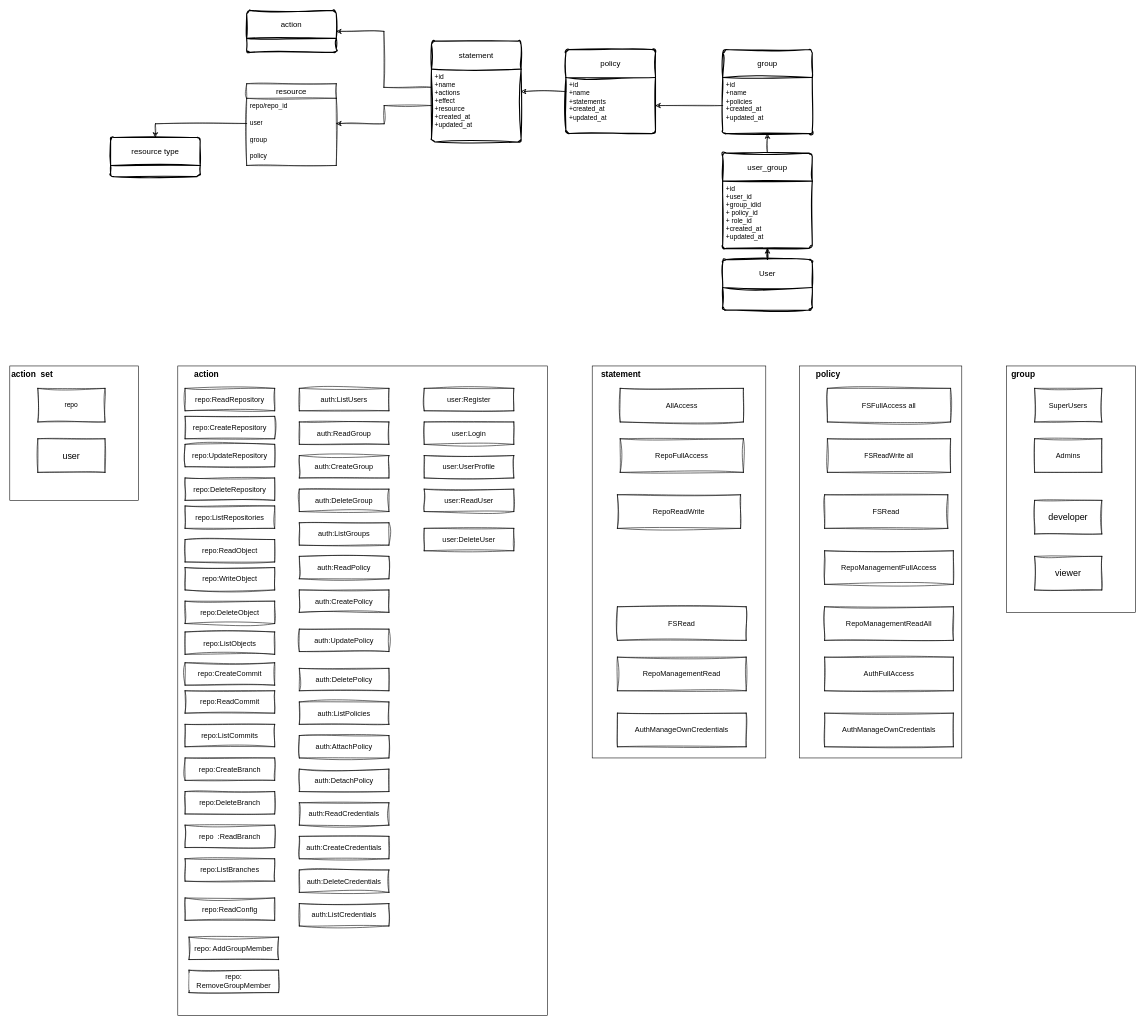
Above: docs/draws/rbac_role.drawio in GitDataAI/jzfs (draw.io), before the change. Source tidied: cells renumbered, new cells numbered last; positions are measured from the earlier drawing's top-left corner, leaving out a move shared by most shapes. Both pictures are drawn from the tidied source at 56%, with x=0, y=0 at pixel (10, 10).
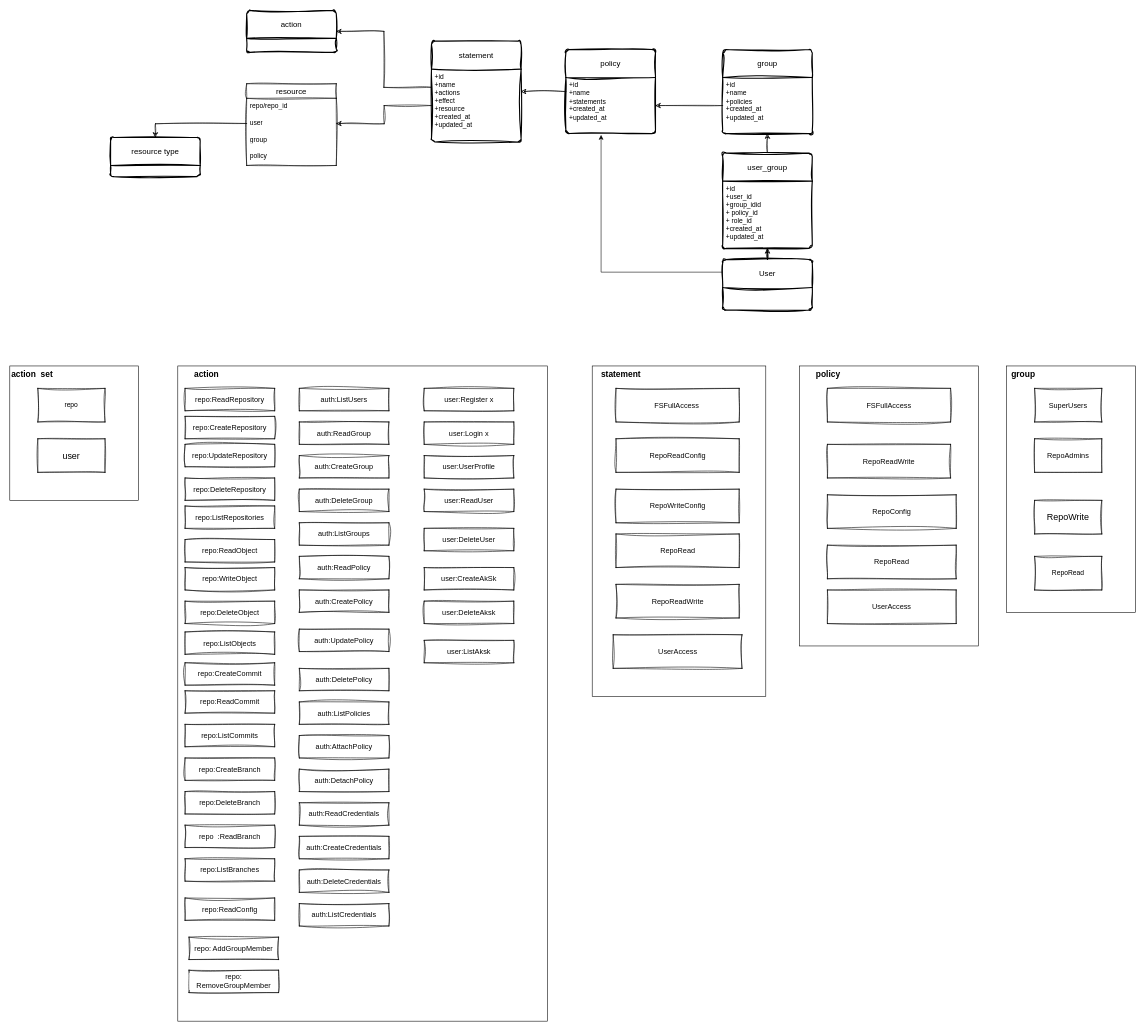
The same diagram, later.

Unchanged cells that the change refers to:
```xml
<mxCell id="71" value="+id&lt;br&gt;+name&lt;br&gt;+statements&lt;br&gt;+created_at&lt;br style=&quot;border-color: var(--border-color);&quot;&gt;+updated_at" style="align=left;strokeColor=none;fillColor=none;spacingLeft=4;fontSize=12;verticalAlign=top;html=1;sketch=1;hachureGap=4;jiggle=2;curveFitting=1;" parent="70" vertex="1">
  <mxGeometry y="50" width="160" height="100" as="geometry" />
</mxCell>
<mxCell id="84" value="User" style="swimlane;horizontal=1;startSize=50;rounded=1;fontSize=14;fontStyle=0;strokeWidth=2;shadow=0;dashed=0;align=center;arcSize=4;whiteSpace=wrap;html=1;sketch=1;hachureGap=4;jiggle=2;curveFitting=1;" parent="1" vertex="1">
  <mxGeometry x="1273" y="445" width="160" height="90" as="geometry" />
</mxCell>
```

Diff of the diagram source:
```diff
@@
-    <mxCell id="4" value="&lt;div style=&quot;background-color:#ffffff;color:#080808&quot;&gt;&lt;div style=&quot;font-size: 9.8pt;&quot;&gt;Admins&lt;/div&gt;&lt;/div&gt;" style="rounded=0;whiteSpace=wrap;html=1;sketch=1;hachureGap=4;jiggle=2;curveFitting=1;fontFamily=Helvetica;" parent="1" vertex="1">
+    <mxCell id="4" value="&lt;div style=&quot;background-color:#ffffff;color:#080808&quot;&gt;&lt;div style=&quot;font-size: 9.8pt;&quot;&gt;RepoAdmins&lt;/div&gt;&lt;/div&gt;" style="rounded=0;whiteSpace=wrap;html=1;sketch=1;hachureGap=4;jiggle=2;curveFitting=1;fontFamily=Helvetica;" parent="1" vertex="1">
       <mxGeometry x="1830" y="765" width="120" height="60" as="geometry" />
     </mxCell>
-    <mxCell id="5" value="&lt;font style=&quot;font-size: 16px;&quot;&gt;developer&lt;/font&gt;" style="rounded=0;whiteSpace=wrap;html=1;sketch=1;hachureGap=4;jiggle=2;curveFitting=1;fontFamily=Helvetica;" parent="1" vertex="1">
+    <mxCell id="5" value="&lt;font style=&quot;font-size: 16px;&quot;&gt;RepoWrite&lt;/font&gt;" style="rounded=0;whiteSpace=wrap;html=1;sketch=1;hachureGap=4;jiggle=2;curveFitting=1;fontFamily=Helvetica;" parent="1" vertex="1">
       <mxGeometry x="1830" y="875" width="120" height="60" as="geometry" />
     </mxCell>
-    <mxCell id="6" value="&lt;font style=&quot;font-size: 16px;&quot;&gt;viewer&lt;/font&gt;" style="rounded=0;whiteSpace=wrap;html=1;sketch=1;hachureGap=4;jiggle=2;curveFitting=1;fontFamily=Helvetica;" parent="1" vertex="1">
+    <mxCell id="6" value="RepoRead" style="rounded=0;whiteSpace=wrap;html=1;sketch=1;hachureGap=4;jiggle=2;curveFitting=1;fontFamily=Helvetica;" parent="1" vertex="1">
       <mxGeometry x="1830" y="975" width="120" height="60" as="geometry" />
     </mxCell>
@@
     <mxCell id="8" style="rounded=0;whiteSpace=wrap;html=1;hachureGap=4;fontFamily=Helvetica;" parent="1" vertex="1">
-      <mxGeometry x="1410" y="635" width="290" height="700" as="geometry" />
+      <mxGeometry x="1410" y="635" width="320" height="500" as="geometry" />
     </mxCell>
-    <mxCell id="9" value="&lt;div style=&quot;background-color:#ffffff;color:#080808&quot;&gt;&lt;div style=&quot;font-size: 9.8pt;&quot;&gt;&lt;font&gt;FSFullAccess all&lt;/font&gt;&lt;/div&gt;&lt;/div&gt;" style="rounded=0;whiteSpace=wrap;html=1;sketch=1;hachureGap=4;jiggle=2;curveFitting=1;fontFamily=Helvetica;" parent="1" vertex="1">
+    <mxCell id="9" value="&lt;div style=&quot;background-color:#ffffff;color:#080808&quot;&gt;&lt;div style=&quot;font-size: 9.8pt;&quot;&gt;&lt;font&gt;FSFullAccess&lt;/font&gt;&lt;/div&gt;&lt;/div&gt;" style="rounded=0;whiteSpace=wrap;html=1;sketch=1;hachureGap=4;jiggle=2;curveFitting=1;fontFamily=Helvetica;" parent="1" vertex="1">
       <mxGeometry x="1460" y="675" width="220" height="60" as="geometry" />
     </mxCell>
-    <mxCell id="10" value="FSReadWrite all" style="rounded=0;whiteSpace=wrap;html=1;sketch=1;hachureGap=4;jiggle=2;curveFitting=1;fontFamily=Helvetica;" parent="1" vertex="1">
-      <mxGeometry x="1460" y="765" width="220" height="60" as="geometry" />
-    </mxCell>
-    <mxCell id="11" value="&lt;div style=&quot;background-color:#ffffff;color:#080808&quot;&gt;&lt;div style=&quot;font-size: 9.8pt;&quot;&gt;FSRead&lt;/div&gt;&lt;/div&gt;" style="rounded=0;whiteSpace=wrap;html=1;sketch=1;hachureGap=4;jiggle=2;curveFitting=1;fontFamily=Helvetica;" parent="1" vertex="1">
-      <mxGeometry x="1455" y="865" width="220" height="60" as="geometry" />
+    <mxCell id="11" value="&lt;div style=&quot;background-color:#ffffff;color:#080808&quot;&gt;&lt;div style=&quot;font-size: 9.8pt;&quot;&gt;RepoReadWrite&lt;br&gt;&lt;/div&gt;&lt;/div&gt;" style="rounded=0;whiteSpace=wrap;html=1;sketch=1;hachureGap=4;jiggle=2;curveFitting=1;fontFamily=Helvetica;" parent="1" vertex="1">
+      <mxGeometry x="1460" y="775" width="220" height="60" as="geometry" />
     </mxCell>
-    <mxCell id="12" value="&lt;div style=&quot;background-color:#ffffff;color:#080808&quot;&gt;&lt;div style=&quot;font-size: 9.8pt;&quot;&gt;RepoManagementFullAccess&lt;/div&gt;&lt;/div&gt;" style="rounded=0;whiteSpace=wrap;html=1;sketch=1;hachureGap=4;jiggle=2;curveFitting=1;fontFamily=Helvetica;" parent="1" vertex="1">
-      <mxGeometry x="1455" y="965" width="230" height="60" as="geometry" />
+    <mxCell id="12" value="&lt;div style=&quot;background-color:#ffffff;color:#080808&quot;&gt;&lt;div style=&quot;font-size: 9.8pt;&quot;&gt;RepoConfig&lt;br&gt;&lt;/div&gt;&lt;/div&gt;" style="rounded=0;whiteSpace=wrap;html=1;sketch=1;hachureGap=4;jiggle=2;curveFitting=1;fontFamily=Helvetica;" parent="1" vertex="1">
+      <mxGeometry x="1460" y="865" width="230" height="60" as="geometry" />
     </mxCell>
@@
     <mxCell id="14" style="rounded=0;whiteSpace=wrap;html=1;hachureGap=4;fontFamily=Helvetica;" parent="1" vertex="1">
-      <mxGeometry x="300" y="635" width="660" height="1160" as="geometry" />
+      <mxGeometry x="300" y="635" width="660" height="1170" as="geometry" />
     </mxCell>
@@
-    <mxCell id="32" value="&lt;div style=&quot;background-color:#ffffff;color:#080808&quot;&gt;&lt;div style=&quot;font-size: 9.8pt;&quot;&gt;&lt;div style=&quot;font-size: 9.8pt;&quot;&gt;&lt;div&gt;&lt;div style=&quot;font-size: 9.8pt;&quot;&gt;user:Login&lt;/div&gt;&lt;/div&gt;&lt;/div&gt;&lt;/div&gt;&lt;/div&gt;" style="rounded=0;whiteSpace=wrap;html=1;sketch=1;hachureGap=4;jiggle=2;curveFitting=1;fontFamily=Helvetica;" parent="1" vertex="1">
+    <mxCell id="32" value="&lt;div style=&quot;background-color:#ffffff;color:#080808&quot;&gt;&lt;div style=&quot;font-size: 9.8pt;&quot;&gt;&lt;div style=&quot;font-size: 9.8pt;&quot;&gt;&lt;div&gt;&lt;div style=&quot;font-size: 9.8pt;&quot;&gt;user:Login x&lt;/div&gt;&lt;/div&gt;&lt;/div&gt;&lt;/div&gt;&lt;/div&gt;" style="rounded=0;whiteSpace=wrap;html=1;sketch=1;hachureGap=4;jiggle=2;curveFitting=1;fontFamily=Helvetica;" parent="1" vertex="1">
       <mxGeometry x="740" y="735" width="160" height="40" as="geometry" />
     </mxCell>
@@
-    <mxCell id="54" value="&lt;div style=&quot;background-color:#ffffff;color:#080808&quot;&gt;&lt;div style=&quot;font-size: 9.8pt;&quot;&gt;&lt;div&gt;&lt;div style=&quot;font-size: 9.8pt;&quot;&gt;RepoManagementReadAll&lt;/div&gt;&lt;/div&gt;&lt;/div&gt;&lt;/div&gt;" style="rounded=0;whiteSpace=wrap;html=1;sketch=1;hachureGap=4;jiggle=2;curveFitting=1;fontFamily=Helvetica;" parent="1" vertex="1">
-      <mxGeometry x="1455" y="1065" width="230" height="60" as="geometry" />
+    <mxCell id="54" value="&lt;div style=&quot;background-color:#ffffff;color:#080808&quot;&gt;&lt;div style=&quot;font-size: 9.8pt;&quot;&gt;&lt;div style=&quot;font-size: 9.8pt;&quot;&gt;RepoRead&lt;br&gt;&lt;/div&gt;&lt;/div&gt;&lt;/div&gt;" style="rounded=0;whiteSpace=wrap;html=1;sketch=1;hachureGap=4;jiggle=2;curveFitting=1;fontFamily=Helvetica;" parent="1" vertex="1">
+      <mxGeometry x="1460" y="955" width="230" height="60" as="geometry" />
     </mxCell>
-    <mxCell id="55" value="&lt;div style=&quot;background-color:#ffffff;color:#080808&quot;&gt;&lt;div style=&quot;font-size: 9.8pt;&quot;&gt;&lt;div&gt;&lt;div style=&quot;font-size: 9.8pt;&quot;&gt;AuthFullAccess&lt;/div&gt;&lt;/div&gt;&lt;/div&gt;&lt;/div&gt;" style="rounded=0;whiteSpace=wrap;html=1;sketch=1;hachureGap=4;jiggle=2;curveFitting=1;fontFamily=Helvetica;" parent="1" vertex="1">
-      <mxGeometry x="1455" y="1155" width="230" height="60" as="geometry" />
+    <mxCell id="55" value="&lt;div style=&quot;background-color:#ffffff;color:#080808&quot;&gt;&lt;div style=&quot;font-size: 9.8pt;&quot;&gt;&lt;div style=&quot;font-size: 9.8pt;&quot;&gt;UserAccess&lt;br&gt;&lt;/div&gt;&lt;/div&gt;&lt;/div&gt;" style="rounded=0;whiteSpace=wrap;html=1;sketch=1;hachureGap=4;jiggle=2;curveFitting=1;fontFamily=Helvetica;" parent="1" vertex="1">
+      <mxGeometry x="1460" y="1035" width="230" height="60" as="geometry" />
     </mxCell>
-    <mxCell id="56" value="&lt;div style=&quot;background-color:#ffffff;color:#080808&quot;&gt;&lt;div style=&quot;font-size: 9.8pt;&quot;&gt;&lt;div&gt;&lt;div style=&quot;font-size: 9.8pt;&quot;&gt;AuthManageOwnCredentials&lt;/div&gt;&lt;/div&gt;&lt;/div&gt;&lt;/div&gt;" style="rounded=0;whiteSpace=wrap;html=1;sketch=1;hachureGap=4;jiggle=2;curveFitting=1;fontFamily=Helvetica;" parent="1" vertex="1">
-      <mxGeometry x="1455" y="1255" width="230" height="60" as="geometry" />
-    </mxCell>
     <mxCell id="57" style="rounded=0;whiteSpace=wrap;html=1;hachureGap=4;fontFamily=Helvetica;" parent="1" vertex="1">
-      <mxGeometry x="1040" y="635" width="310" height="700" as="geometry" />
+      <mxGeometry x="1040" y="635" width="310" height="590" as="geometry" />
     </mxCell>
-    <mxCell id="58" value="&lt;div style=&quot;background-color:#ffffff;color:#080808&quot;&gt;&lt;div style=&quot;font-size: 9.8pt;&quot;&gt;&lt;div&gt;&lt;div style=&quot;font-size: 9.8pt;&quot;&gt;AllAccess&lt;/div&gt;&lt;/div&gt;&lt;/div&gt;&lt;/div&gt;" style="rounded=0;whiteSpace=wrap;html=1;sketch=1;hachureGap=4;jiggle=2;curveFitting=1;fontFamily=Helvetica;" parent="1" vertex="1">
-      <mxGeometry x="1090" y="675" width="220" height="60" as="geometry" />
+    <mxCell id="58" value="&lt;div style=&quot;background-color:#ffffff;color:#080808&quot;&gt;&lt;div style=&quot;font-size: 9.8pt;&quot;&gt;&lt;div style=&quot;font-size: 9.8pt;&quot;&gt;FSFullAccess&amp;nbsp;&lt;br&gt;&lt;/div&gt;&lt;/div&gt;&lt;/div&gt;" style="rounded=0;whiteSpace=wrap;html=1;sketch=1;hachureGap=4;jiggle=2;curveFitting=1;fontFamily=Helvetica;" parent="1" vertex="1">
+      <mxGeometry x="1082.5" y="675" width="220" height="60" as="geometry" />
     </mxCell>
-    <mxCell id="59" value="&lt;div style=&quot;background-color:#ffffff;color:#080808&quot;&gt;&lt;div style=&quot;font-size: 9.8pt;&quot;&gt;RepoFullAccess&lt;/div&gt;&lt;/div&gt;" style="rounded=0;whiteSpace=wrap;html=1;sketch=1;hachureGap=4;jiggle=2;curveFitting=1;fontFamily=Helvetica;" parent="1" vertex="1">
-      <mxGeometry x="1090" y="765" width="220" height="60" as="geometry" />
-    </mxCell>
     <mxCell id="60" value="&lt;div style=&quot;background-color:#ffffff;color:#080808&quot;&gt;&lt;div style=&quot;font-size: 9.8pt;&quot;&gt;&lt;div&gt;&lt;div style=&quot;font-size: 9.8pt;&quot;&gt;RepoReadWrite&lt;/div&gt;&lt;/div&gt;&lt;/div&gt;&lt;/div&gt;" style="rounded=0;whiteSpace=wrap;html=1;sketch=1;hachureGap=4;jiggle=2;curveFitting=1;fontFamily=Helvetica;" parent="1" vertex="1">
-      <mxGeometry x="1085" y="865" width="220" height="60" as="geometry" />
+      <mxGeometry x="1082.5" y="1025" width="220" height="60" as="geometry" />
     </mxCell>
@@
-    <mxCell id="62" value="&lt;div style=&quot;background-color:#ffffff;color:#080808&quot;&gt;&lt;div style=&quot;font-size: 9.8pt;&quot;&gt;&lt;div style=&quot;font-size: 9.8pt;&quot;&gt;&lt;div&gt;&lt;div style=&quot;font-size: 9.8pt;&quot;&gt;FSRead&lt;/div&gt;&lt;/div&gt;&lt;/div&gt;&lt;/div&gt;&lt;/div&gt;" style="rounded=0;whiteSpace=wrap;html=1;sketch=1;hachureGap=4;jiggle=2;curveFitting=1;fontFamily=Helvetica;" parent="1" vertex="1">
-      <mxGeometry x="1085" y="1065" width="230" height="60" as="geometry" />
-    </mxCell>
-    <mxCell id="63" value="&lt;div style=&quot;background-color:#ffffff;color:#080808&quot;&gt;&lt;div style=&quot;font-size: 9.8pt;&quot;&gt;&lt;div style=&quot;font-size: 9.8pt;&quot;&gt;&lt;div&gt;&lt;div style=&quot;font-size: 9.8pt;&quot;&gt;RepoManagementRead&lt;/div&gt;&lt;/div&gt;&lt;/div&gt;&lt;/div&gt;&lt;/div&gt;" style="rounded=0;whiteSpace=wrap;html=1;sketch=1;hachureGap=4;jiggle=2;curveFitting=1;fontFamily=Helvetica;" parent="1" vertex="1">
-      <mxGeometry x="1085" y="1155" width="230" height="60" as="geometry" />
-    </mxCell>
-    <mxCell id="64" value="&lt;div style=&quot;background-color:#ffffff;color:#080808&quot;&gt;&lt;div style=&quot;font-size: 9.8pt;&quot;&gt;&lt;div style=&quot;font-size: 9.8pt;&quot;&gt;&lt;div&gt;&lt;div style=&quot;font-size: 9.8pt;&quot;&gt;AuthManageOwnCredentials&lt;/div&gt;&lt;/div&gt;&lt;/div&gt;&lt;/div&gt;&lt;/div&gt;" style="rounded=0;whiteSpace=wrap;html=1;sketch=1;hachureGap=4;jiggle=2;curveFitting=1;fontFamily=Helvetica;" parent="1" vertex="1">
-      <mxGeometry x="1085" y="1255" width="230" height="60" as="geometry" />
-    </mxCell>
@@
-    <mxCell id="91" value="&lt;div style=&quot;background-color:#ffffff;color:#080808&quot;&gt;&lt;div style=&quot;font-size: 9.8pt;&quot;&gt;&lt;div style=&quot;font-size: 9.8pt;&quot;&gt;&lt;div&gt;&lt;div style=&quot;font-size: 9.8pt;&quot;&gt;user:Register&lt;/div&gt;&lt;/div&gt;&lt;/div&gt;&lt;/div&gt;&lt;/div&gt;" style="rounded=0;whiteSpace=wrap;html=1;sketch=1;hachureGap=4;jiggle=2;curveFitting=1;fontFamily=Helvetica;" parent="1" vertex="1">
+    <mxCell id="91" value="&lt;div style=&quot;background-color:#ffffff;color:#080808&quot;&gt;&lt;div style=&quot;font-size: 9.8pt;&quot;&gt;&lt;div style=&quot;font-size: 9.8pt;&quot;&gt;&lt;div&gt;&lt;div style=&quot;font-size: 9.8pt;&quot;&gt;user:Register x&lt;/div&gt;&lt;/div&gt;&lt;/div&gt;&lt;/div&gt;&lt;/div&gt;" style="rounded=0;whiteSpace=wrap;html=1;sketch=1;hachureGap=4;jiggle=2;curveFitting=1;fontFamily=Helvetica;" parent="1" vertex="1">
       <mxGeometry x="740" y="675" width="160" height="40" as="geometry" />
     </mxCell>
@@
+    <mxCell id="94" value="&lt;div style=&quot;background-color:#ffffff;color:#080808&quot;&gt;&lt;div style=&quot;font-size: 9.8pt;&quot;&gt;&lt;div style=&quot;font-size: 9.8pt;&quot;&gt;&lt;div style=&quot;font-size: 9.8pt;&quot;&gt;UserAccess&lt;/div&gt;&lt;/div&gt;&lt;/div&gt;&lt;/div&gt;" style="rounded=0;whiteSpace=wrap;html=1;sketch=1;hachureGap=4;jiggle=2;curveFitting=1;fontFamily=Helvetica;" parent="1" vertex="1">
+      <mxGeometry x="1077.5" y="1115" width="230" height="60" as="geometry" />
+    </mxCell>
+    <mxCell id="95" value="&lt;div style=&quot;background-color:#ffffff;color:#080808&quot;&gt;&lt;div style=&quot;font-size: 9.8pt;&quot;&gt;&lt;div style=&quot;font-size: 9.8pt;&quot;&gt;&lt;div style=&quot;font-size: 9.8pt;&quot;&gt;user:CreateAkSk&lt;/div&gt;&lt;/div&gt;&lt;/div&gt;&lt;/div&gt;" style="rounded=0;whiteSpace=wrap;html=1;sketch=1;hachureGap=4;jiggle=2;curveFitting=1;fontFamily=Helvetica;" parent="1" vertex="1">
+      <mxGeometry x="740" y="995" width="160" height="40" as="geometry" />
+    </mxCell>
+    <mxCell id="96" value="&lt;div style=&quot;background-color:#ffffff;color:#080808&quot;&gt;&lt;div style=&quot;font-size: 9.8pt;&quot;&gt;&lt;div style=&quot;font-size: 9.8pt;&quot;&gt;&lt;div style=&quot;font-size: 9.8pt;&quot;&gt;user:DeleteAksk&lt;/div&gt;&lt;/div&gt;&lt;/div&gt;&lt;/div&gt;" style="rounded=0;whiteSpace=wrap;html=1;sketch=1;hachureGap=4;jiggle=2;curveFitting=1;fontFamily=Helvetica;" parent="1" vertex="1">
+      <mxGeometry x="740" y="1055" width="160" height="40" as="geometry" />
+    </mxCell>
+    <mxCell id="97" value="&lt;div style=&quot;background-color:#ffffff;color:#080808&quot;&gt;&lt;div style=&quot;font-size: 9.8pt;&quot;&gt;&lt;div style=&quot;font-size: 9.8pt;&quot;&gt;&lt;div style=&quot;font-size: 9.8pt;&quot;&gt;user:ListAksk&lt;/div&gt;&lt;/div&gt;&lt;/div&gt;&lt;/div&gt;" style="rounded=0;whiteSpace=wrap;html=1;sketch=1;hachureGap=4;jiggle=2;curveFitting=1;fontFamily=Helvetica;" parent="1" vertex="1">
+      <mxGeometry x="740" y="1125" width="160" height="40" as="geometry" />
+    </mxCell>
+    <mxCell id="98" value="&lt;div style=&quot;background-color:#ffffff;color:#080808&quot;&gt;&lt;div style=&quot;font-size: 9.8pt;&quot;&gt;&lt;div&gt;&lt;div style=&quot;font-size: 9.8pt;&quot;&gt;RepoRead&lt;/div&gt;&lt;/div&gt;&lt;/div&gt;&lt;/div&gt;" style="rounded=0;whiteSpace=wrap;html=1;sketch=1;hachureGap=4;jiggle=2;curveFitting=1;fontFamily=Helvetica;" parent="1" vertex="1">
+      <mxGeometry x="1082.5" y="935" width="220" height="60" as="geometry" />
+    </mxCell>
+    <mxCell id="99" value="&lt;div style=&quot;background-color:#ffffff;color:#080808&quot;&gt;&lt;div style=&quot;font-size: 9.8pt;&quot;&gt;&lt;div&gt;&lt;div style=&quot;font-size: 9.8pt;&quot;&gt;RepoReadConfig&lt;/div&gt;&lt;/div&gt;&lt;/div&gt;&lt;/div&gt;" style="rounded=0;whiteSpace=wrap;html=1;sketch=1;hachureGap=4;jiggle=2;curveFitting=1;fontFamily=Helvetica;" parent="1" vertex="1">
+      <mxGeometry x="1082.5" y="765" width="220" height="60" as="geometry" />
+    </mxCell>
+    <mxCell id="100" value="&lt;div style=&quot;background-color:#ffffff;color:#080808&quot;&gt;&lt;div style=&quot;font-size: 9.8pt;&quot;&gt;&lt;div style=&quot;font-size: 9.8pt;&quot;&gt;RepoWriteConfig&lt;br&gt;&lt;/div&gt;&lt;/div&gt;&lt;/div&gt;" style="rounded=0;whiteSpace=wrap;html=1;sketch=1;hachureGap=4;jiggle=2;curveFitting=1;fontFamily=Helvetica;" parent="1" vertex="1">
+      <mxGeometry x="1082.5" y="855" width="220" height="60" as="geometry" />
+    </mxCell>
+    <mxCell id="101" style="edgeStyle=orthogonalEdgeStyle;rounded=0;jettySize=auto;html=1;exitX=0;exitY=0.25;exitDx=0;exitDy=0;entryX=0.393;entryY=1.024;entryDx=0;entryDy=0;entryPerimeter=0;" parent="1" edge="1" source="84" target="71">
+      <mxGeometry relative="1" as="geometry" />
+    </mxCell>
```
